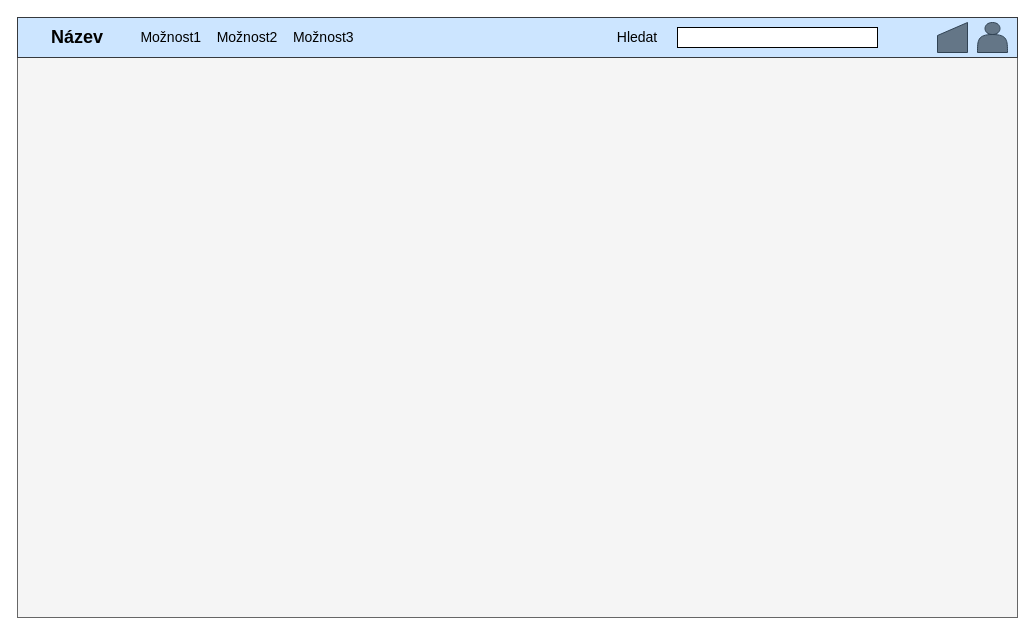
Earlier version of the draw.io diagram page "Layout" (1 of 2) of analyza.drawio (hroudaadam/Web-design-semestralni-projekt). Source tidied: cells renumbered, new cells numbered last; positions are measured from the earlier drawing's top-left corner, leaving out a move shared by most shapes. Both pictures are drawn from the tidied source at 100%, with x=0, y=0 at pixel (17, 17).
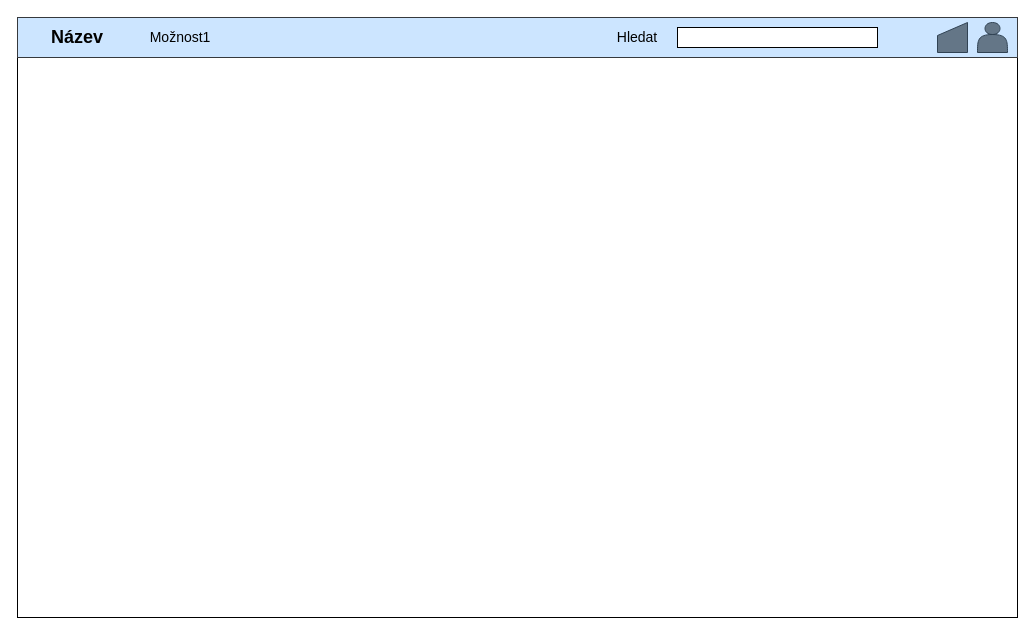
The same page after the edit.

The edit, as a diff of the source:
```diff
@@
 <mxGraphModel>
   <root>
     <mxCell id="0" />
     <mxCell id="1" parent="0" />
-    <mxCell id="2" style="rounded=0;whiteSpace=wrap;html=1;fillColor=#f5f5f5;strokeColor=#666666;fontColor=#333333;" parent="1" vertex="1">
+    <mxCell id="2" style="rounded=0;whiteSpace=wrap;html=1;" parent="1" vertex="1">
       <mxGeometry y="40" width="1000" height="560" as="geometry" />
     </mxCell>
     <mxCell id="3" style="rounded=0;whiteSpace=wrap;html=1;fillColor=#cce5ff;strokeColor=#36393d;" parent="1" vertex="1">
       <mxGeometry width="1000" height="40" as="geometry" />
     </mxCell>
     <mxCell id="4" value="Název" style="text;html=1;strokeColor=none;fillColor=none;align=center;verticalAlign=middle;whiteSpace=wrap;rounded=0;fontStyle=1;fontSize=18;" parent="1" vertex="1">
       <mxGeometry x="20" y="10" width="80" height="20" as="geometry" />
     </mxCell>
-    <mxCell id="5" value="Možnost1&amp;nbsp; &amp;nbsp; Možnost2&amp;nbsp; &amp;nbsp; Možnost3" style="text;html=1;strokeColor=none;fillColor=none;align=center;verticalAlign=middle;whiteSpace=wrap;rounded=0;fontSize=14;" parent="1" vertex="1">
-      <mxGeometry x="110" y="10" width="240" height="20" as="geometry" />
+    <mxCell id="5" value="Možnost1&amp;nbsp;" style="text;html=1;strokeColor=none;fillColor=none;align=center;verticalAlign=middle;whiteSpace=wrap;rounded=0;fontSize=14;" parent="1" vertex="1">
+      <mxGeometry x="110" y="10" width="110" height="20" as="geometry" />
     </mxCell>
     <mxCell id="6" style="shape=actor;whiteSpace=wrap;html=1;fontSize=14;fillColor=#647687;strokeColor=#314354;fontColor=#ffffff;" parent="1" vertex="1">
       <mxGeometry x="960" y="5" width="30" height="30" as="geometry" />
     </mxCell>
     <mxCell id="7" style="shape=manualInput;whiteSpace=wrap;html=1;fontSize=14;size=13;fillColor=#647687;strokeColor=#314354;fontColor=#ffffff;" parent="1" vertex="1">
       <mxGeometry x="920" y="5" width="30" height="30" as="geometry" />
     </mxCell>
     <mxCell id="8" style="rounded=0;whiteSpace=wrap;html=1;fontSize=14;" parent="1" vertex="1">
       <mxGeometry x="660" y="10" width="200" height="20" as="geometry" />
     </mxCell>
     <mxCell id="9" value="Hledat" style="text;html=1;strokeColor=none;fillColor=none;align=center;verticalAlign=middle;whiteSpace=wrap;rounded=0;fontSize=14;" parent="1" vertex="1">
       <mxGeometry x="590" y="10" width="60" height="20" as="geometry" />
     </mxCell>
   </root>
 </mxGraphModel>
```
